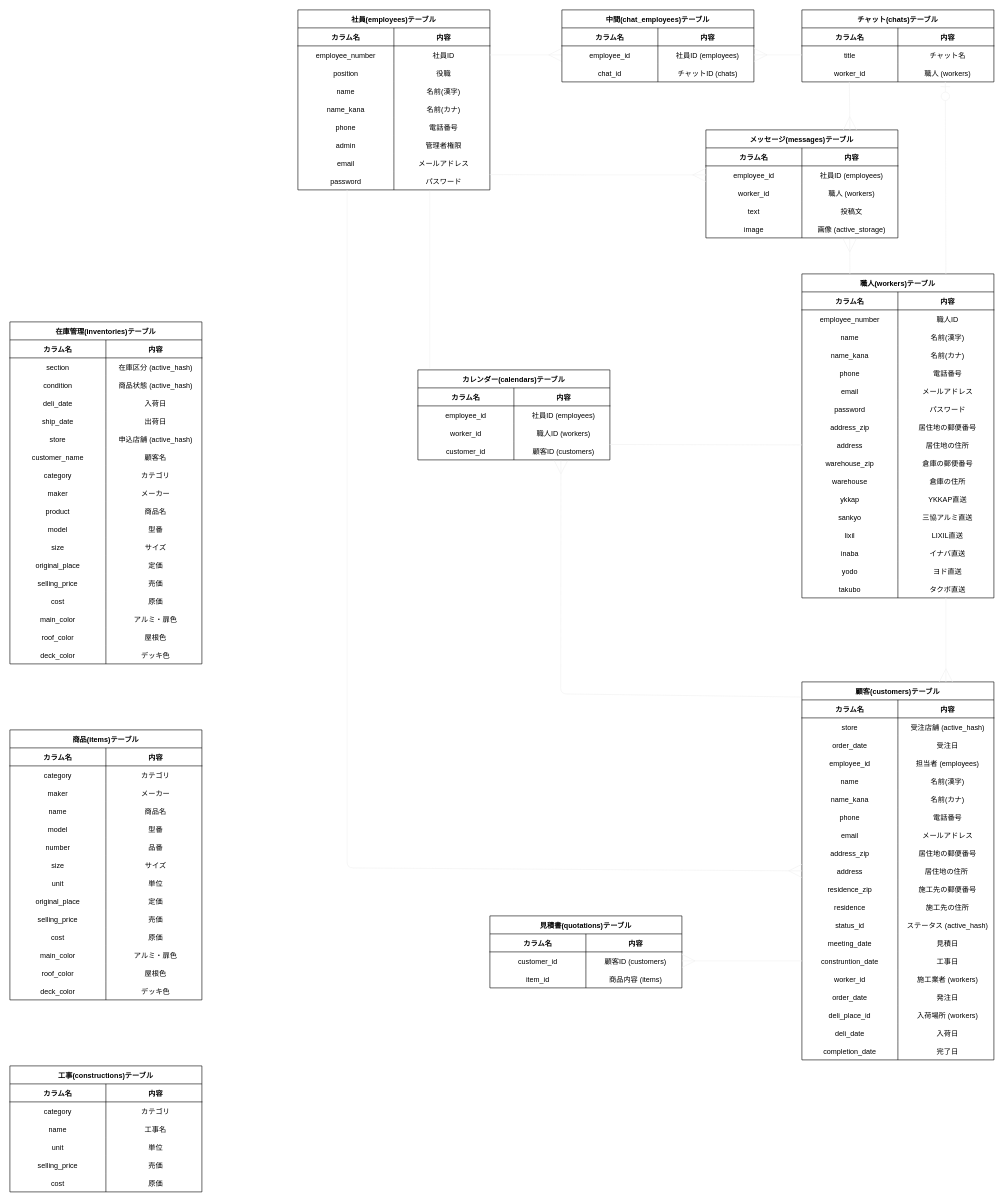
Before: ER.dio in Tatsuya9156/coresys, a draw.io diagram. Source tidied: cells renumbered, new cells numbered last; positions are measured from the earlier drawing's top-left corner, leaving out a move shared by most shapes. Both pictures are drawn from the tidied source at 60%, with x=0, y=0 at pixel (10, 10).
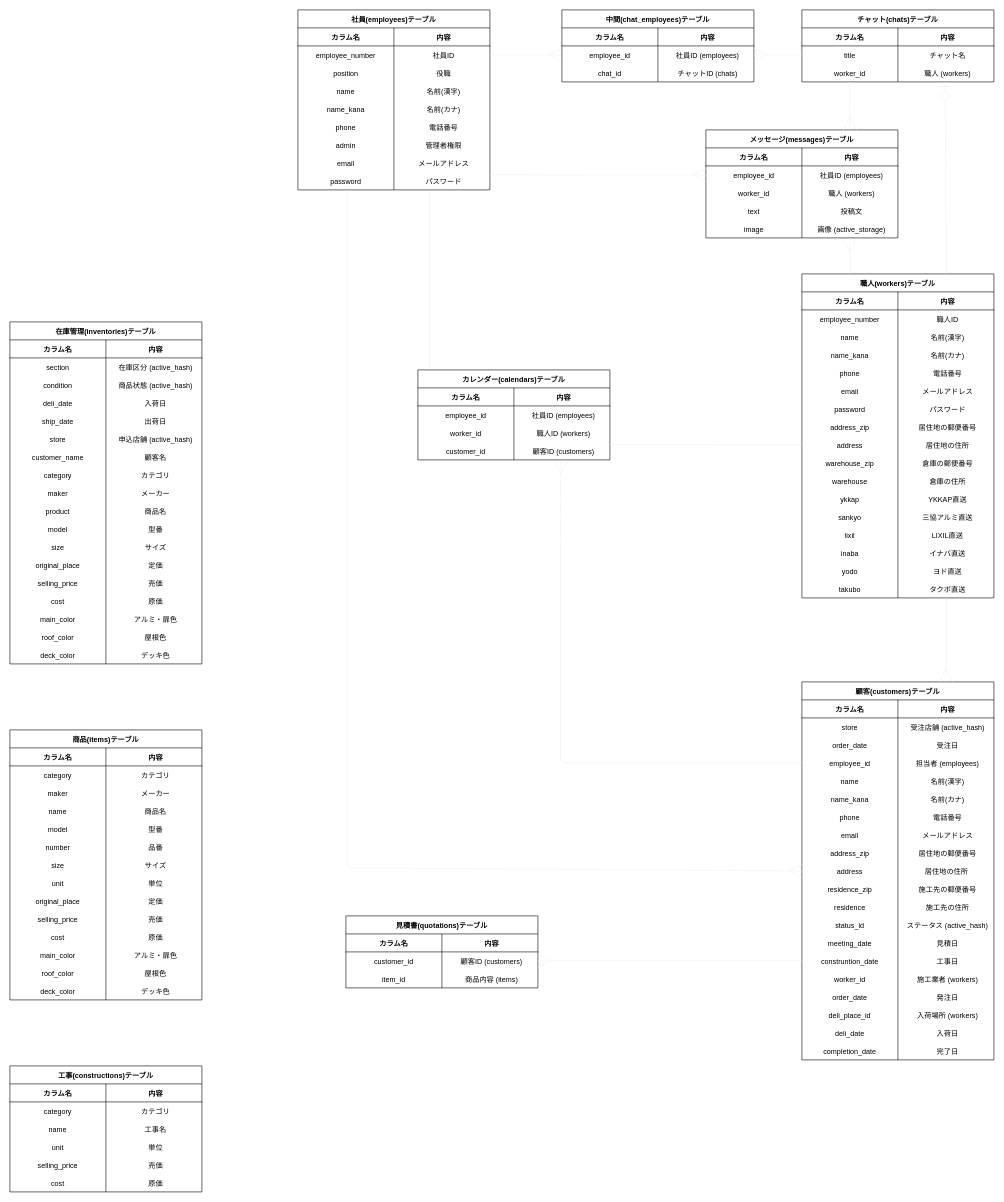
The same diagram, later.

Unchanged cells that the change refers to:
```xml
<mxCell id="2" value="顧客(customers)テーブル" style="shape=table;startSize=30;childLayout=tableLayout;rowLines=0;fontStyle=1;align=center;" parent="1" vertex="1">
  <mxGeometry x="1320" y="1120" width="320" height="630" as="geometry" />
</mxCell>
<mxCell id="12" style="shape=partialRectangle;fillColor=none;top=0;left=0;bottom=0;right=0;points=[[0,0.5],[1,0.5]];portConstraint=eastwest;" parent="2" vertex="1">
  <mxGeometry y="120" width="320" height="30" as="geometry" />
</mxCell>
<mxCell id="325" style="shape=partialRectangle;fillColor=none;top=0;left=0;bottom=0;right=0;points=[[0,0.5],[1,0.5]];portConstraint=eastwest;" parent="315" vertex="1">
  <mxGeometry y="120" width="320" height="30" as="geometry" />
</mxCell>
```

What changed in the source:
```diff
@@
     <mxCell id="241" value="見積書(quotations)テーブル" style="shape=table;startSize=30;childLayout=tableLayout;rowLines=0;fontStyle=1;align=center;" parent="1" vertex="1">
-      <mxGeometry x="800" y="1510" width="320" height="120" as="geometry" />
+      <mxGeometry x="560" y="1510" width="320" height="120" as="geometry" />
     </mxCell>
@@
-    <mxCell id="328" style="endArrow=none;html=1;rounded=1;strokeColor=#f0f0f0;startArrow=ERmany;startFill=0;endSize=0;startSize=20;exitX=0.745;exitY=1.048;exitDx=0;exitDy=0;exitPerimeter=0;entryX=-0.005;entryY=0.04;entryDx=0;entryDy=0;entryPerimeter=0;" parent="1" edge="1" source="325" target="2">
+    <mxCell id="328" style="endArrow=none;html=1;rounded=1;strokeColor=#f0f0f0;startArrow=ERmany;startFill=0;endSize=0;startSize=20;exitX=0.745;exitY=1.048;exitDx=0;exitDy=0;exitPerimeter=0;entryX=0;entryY=0.5;entryDx=0;entryDy=0;" parent="1" edge="1" source="325" target="12">
       <mxGeometry relative="1" as="geometry">
         <Array as="points">
-          <mxPoint x="918" y="1140" />
+          <mxPoint x="918" y="1255" />
         </Array>
       </mxGeometry>
     </mxCell>
```
